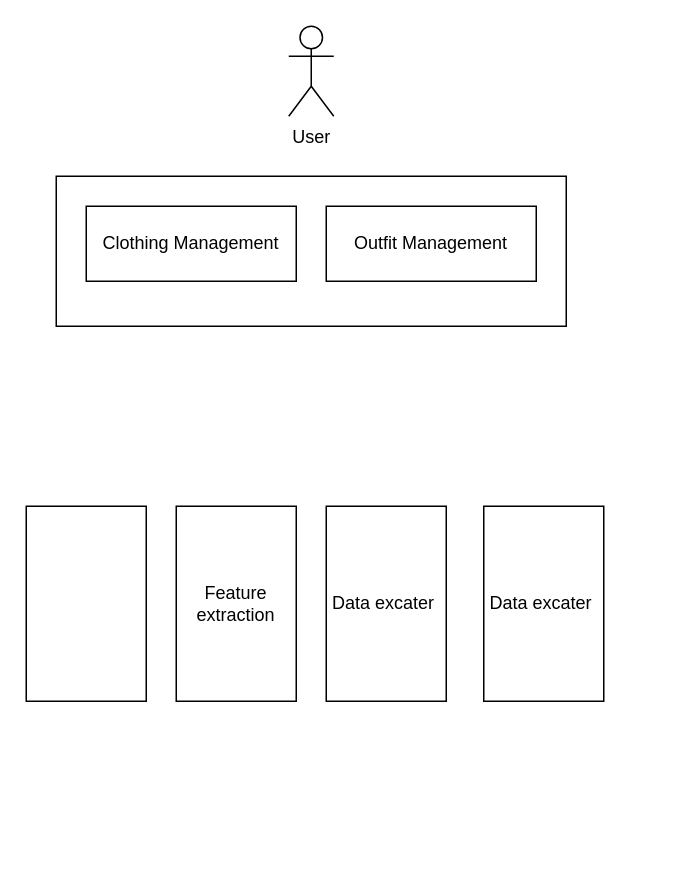
Before: page "Page-2" (2 of 3) of sort.drawio in huangshijie/Drawio, a draw.io diagram. Source tidied: cells renumbered, new cells numbered last; positions are measured from the earlier drawing's top-left corner, leaving out a move shared by most shapes. Both pictures are drawn from the tidied source at 150%, with x=0, y=0 at pixel (26, 26).
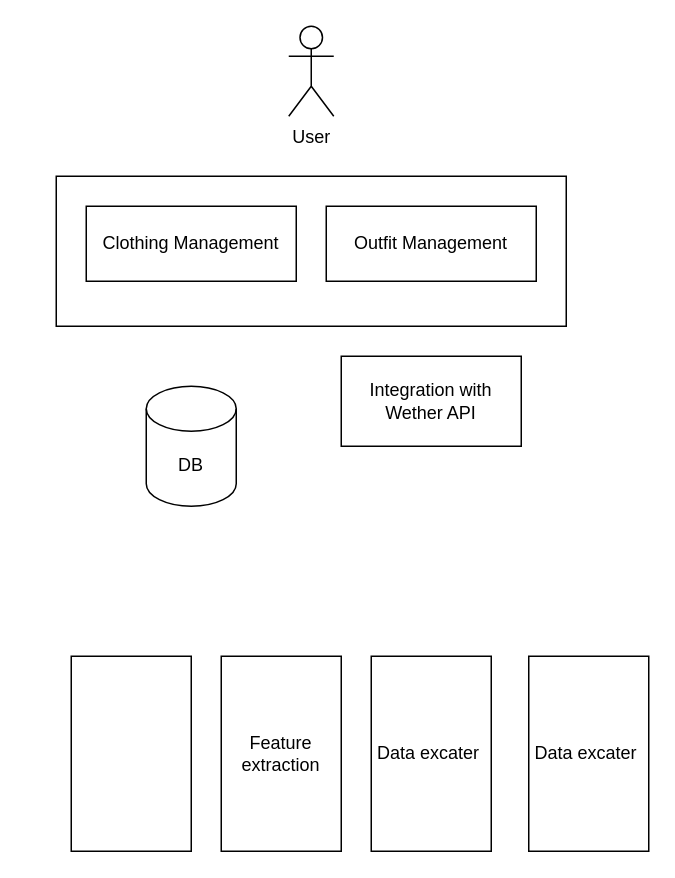
The same diagram, later.

What changed in the source:
```diff
@@
 <mxGraphModel>
   <root>
     <mxCell id="0" />
     <mxCell id="1" parent="0" />
     <mxCell id="2" style="rounded=0;whiteSpace=wrap;html=1;" parent="1" vertex="1">
       <mxGeometry x="20" y="100" width="340" height="100" as="geometry" />
     </mxCell>
     <mxCell id="3" value="Clothing Management" style="rounded=0;whiteSpace=wrap;html=1;" parent="1" vertex="1">
       <mxGeometry x="40" y="120" width="140" height="50" as="geometry" />
     </mxCell>
     <mxCell id="4" value="Outfit Management" style="rounded=0;whiteSpace=wrap;html=1;" parent="1" vertex="1">
       <mxGeometry x="200" y="120" width="140" height="50" as="geometry" />
     </mxCell>
     <mxCell id="5" value="User" style="shape=umlActor;verticalLabelPosition=bottom;verticalAlign=top;html=1;" parent="1" vertex="1">
       <mxGeometry x="175" width="30" height="60" as="geometry" />
     </mxCell>
     <mxCell id="6" style="rounded=0;whiteSpace=wrap;html=1;" parent="1" vertex="1">
-      <mxGeometry y="320" width="80" height="130" as="geometry" />
+      <mxGeometry x="30" y="420" width="80" height="130" as="geometry" />
     </mxCell>
     <mxCell id="7" value="Feature extraction" style="rounded=0;whiteSpace=wrap;html=1;" parent="1" vertex="1">
-      <mxGeometry x="100" y="320" width="80" height="130" as="geometry" />
+      <mxGeometry x="130" y="420" width="80" height="130" as="geometry" />
     </mxCell>
     <mxCell id="8" value="Data excater&amp;nbsp;" style="rounded=0;whiteSpace=wrap;html=1;" parent="1" vertex="1">
-      <mxGeometry x="200" y="320" width="80" height="130" as="geometry" />
+      <mxGeometry x="230" y="420" width="80" height="130" as="geometry" />
     </mxCell>
     <mxCell id="9" value="Data excater&amp;nbsp;" style="rounded=0;whiteSpace=wrap;html=1;" parent="1" vertex="1">
-      <mxGeometry x="305" y="320" width="80" height="130" as="geometry" />
+      <mxGeometry x="335" y="420" width="80" height="130" as="geometry" />
     </mxCell>
+    <mxCell id="10" value="DB" style="shape=cylinder3;whiteSpace=wrap;html=1;boundedLbl=1;backgroundOutline=1;size=15;" parent="1" vertex="1">
+      <mxGeometry x="80" y="240" width="60" height="80" as="geometry" />
+    </mxCell>
+    <mxCell id="11" value="Integration with Wether API" style="rounded=0;whiteSpace=wrap;html=1;" parent="1" vertex="1">
+      <mxGeometry x="210" y="220" width="120" height="60" as="geometry" />
+    </mxCell>
   </root>
 </mxGraphModel>
```
